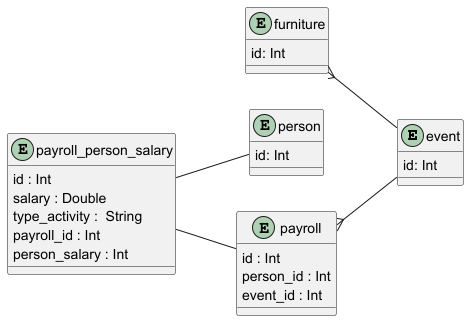
Above: er_event_management.png in hdlm/eventmanagement (PlantUML), before the change. Its diagram source:
```plantuml
@startuml
left to right direction

entity event {
	id: Int
}

entity furniture {
	id: Int
}

entity person {
	id: Int
}

entity payroll {
	id : Int
	person_id : Int
	event_id : Int
}

entity payroll_person_salary {
	id : Int
	salary : Double
	type_activity :  String
	payroll_id : Int
	person_salary : Int
}

furniture}-- event
payroll }-- event
payroll_person_salary -- payroll
payroll_person_salary -- person

@enduml
```
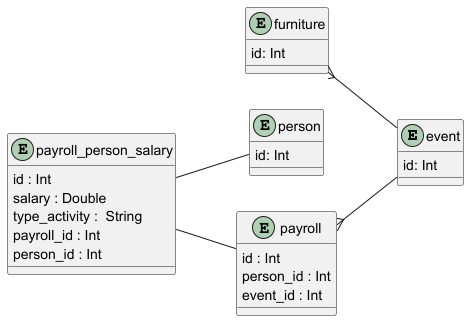
After the change.

Commit message:
se realizaron ajustes a la clase PayrollPersonSalaryEntity, y se actualizo el diagrama E-R

What changed in the source:
```diff
@@ -24,7 +24,7 @@
 	salary : Double
 	type_activity :  String
 	payroll_id : Int
-	person_salary : Int
+	person_id : Int
 }
 
 furniture}-- event
```
